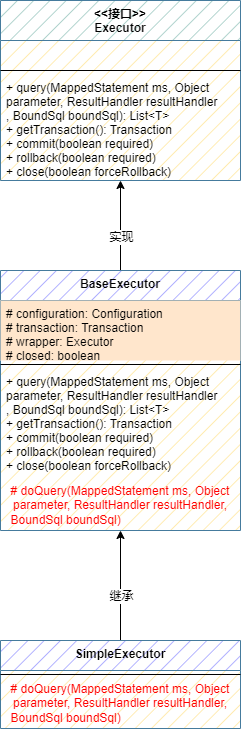
wsxzei/markdown-photos keeps this draw.io diagram as wzz-mybatis/mybatis-step-06(Sql方法执行器).drawio.png. Above is the earlier version. Source tidied: cells renumbered, new cells last; positions are measured from the earlier drawing's top-left corner, leaving out a move shared by most shapes.
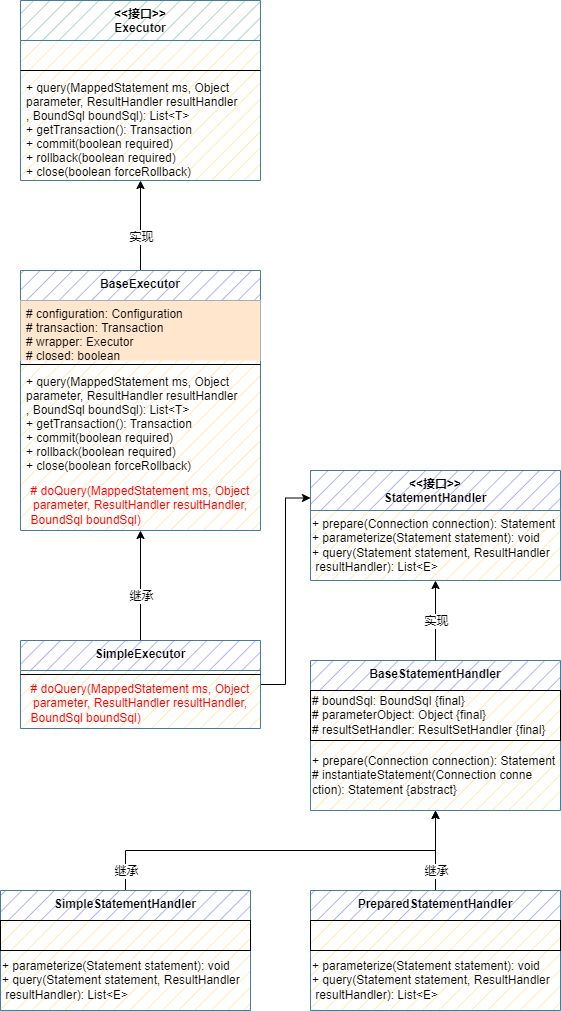
Later version of the same file.

Commit message:
更新mybatis-step-06(Sql方法执行器).drawio.png

Diff of the diagram source:
```diff
@@ -41,6 +41,9 @@
     <mxCell id="14" value="继承" style="edgeLabel;html=1;align=center;verticalAlign=middle;fontColor=#000000;" parent="13" vertex="1">
       <mxGeometry x="-0.17" relative="1" as="geometry" />
     </mxCell>
+    <mxCell id="18" style="edgeStyle=orthogonalEdgeStyle;rounded=0;jettySize=auto;html=1;fontColor=#000000;entryX=0;entryY=0.25;entryDx=0;entryDy=0;" parent="1" edge="1" source="15" target="19">
+      <mxGeometry relative="1" as="geometry" />
+    </mxCell>
     <mxCell id="15" value="SimpleExecutor" style="swimlane;fontStyle=1;align=center;verticalAlign=top;horizontal=1;startSize=30;gradientColor=none;swimlaneFillColor=#FFE599;fillStyle=hatch;fillColor=#9999FF;strokeColor=#457B9D;" parent="1" vertex="1">
       <mxGeometry y="640" width="240" height="88" as="geometry" />
     </mxCell>
@@ -50,5 +53,68 @@
     <mxCell id="17" value="&lt;div&gt;# doQuery(MappedStatement ms, Object&lt;/div&gt;&lt;div&gt;parameter, ResultHandler resultHandler,&lt;/div&gt;&lt;div style=&quot;text-align: left;&quot;&gt;BoundSql boundSql)&lt;/div&gt;" style="text;html=1;strokeColor=none;fillColor=none;align=center;verticalAlign=middle;whiteSpace=wrap;rounded=0;shadow=0;fillStyle=auto;fontColor=#FF0000;" parent="15" vertex="1">
       <mxGeometry y="38" width="240" height="50" as="geometry" />
     </mxCell>
+    <mxCell id="19" value="&lt;&lt;接口&gt;&gt;&#10;StatementHandler" style="swimlane;fontStyle=1;align=center;verticalAlign=top;horizontal=1;startSize=40;gradientColor=none;swimlaneFillColor=#FFE599;fillStyle=hatch;fillColor=#9999FF;strokeColor=#457B9D;" parent="1" vertex="1">
+      <mxGeometry x="290" y="470" width="250" height="110" as="geometry" />
+    </mxCell>
+    <mxCell id="20" value="+&amp;nbsp;prepare(Connection connection): Statement&lt;br&gt;+ parameterize(Statement statement): void&lt;br&gt;+&amp;nbsp;query(Statement statement, ResultHandler&lt;br&gt;&amp;nbsp;resultHandler): List&amp;lt;E&amp;gt;" style="text;html=1;strokeColor=none;fillColor=none;align=left;verticalAlign=middle;whiteSpace=wrap;rounded=0;shadow=0;fillStyle=auto;fontColor=#000000;" parent="19" vertex="1">
+      <mxGeometry y="40" width="250" height="70" as="geometry" />
+    </mxCell>
+    <mxCell id="21" value="BaseStatementHandler" style="swimlane;fontStyle=1;align=center;verticalAlign=top;horizontal=1;startSize=30;gradientColor=none;swimlaneFillColor=#FFE599;fillStyle=hatch;fillColor=#9999FF;strokeColor=#457B9D;" parent="1" vertex="1">
+      <mxGeometry x="290" y="660" width="250" height="150" as="geometry" />
+    </mxCell>
+    <mxCell id="22" value="# boundSql: BoundSql {final}&lt;br&gt;# parameterObject: Object {final}&lt;br&gt;# resultSetHandler: ResultSetHandler {final}" style="text;html=1;strokeColor=default;fillColor=none;align=left;verticalAlign=middle;whiteSpace=wrap;rounded=0;shadow=0;fillStyle=auto;fontColor=#000000;" parent="21" vertex="1">
+      <mxGeometry y="30" width="250" height="50" as="geometry" />
+    </mxCell>
+    <mxCell id="23" value="+&amp;nbsp;prepare(Connection connection): Statement&lt;br&gt;# instantiateStatement(Connection conne&lt;br&gt;ction): Statement {abstract}" style="text;html=1;strokeColor=none;fillColor=none;align=left;verticalAlign=middle;whiteSpace=wrap;rounded=0;shadow=0;fillStyle=auto;fontColor=#000000;" parent="21" vertex="1">
+      <mxGeometry y="80" width="250" height="70" as="geometry" />
+    </mxCell>
+    <mxCell id="24" style="edgeStyle=orthogonalEdgeStyle;rounded=0;jettySize=auto;html=1;fontColor=#000000;entryX=0.5;entryY=1;entryDx=0;entryDy=0;" parent="21" edge="1" source="21" target="23">
+      <mxGeometry relative="1" as="geometry" />
+    </mxCell>
+    <mxCell id="25" style="edgeStyle=orthogonalEdgeStyle;rounded=0;jettySize=auto;html=1;fontColor=#000000;entryX=0.5;entryY=1;entryDx=0;entryDy=0;exitX=0.5;exitY=0;exitDx=0;exitDy=0;" parent="1" edge="1" source="21" target="20">
+      <mxGeometry relative="1" as="geometry" />
+    </mxCell>
+    <mxCell id="26" value="实现" style="edgeLabel;html=1;align=center;verticalAlign=middle;fontColor=#000000;" parent="25" vertex="1">
+      <mxGeometry x="-0.26" y="-3" relative="1" as="geometry">
+        <mxPoint x="-3" y="-10" as="offset" />
+      </mxGeometry>
+    </mxCell>
+    <mxCell id="27" style="edgeStyle=orthogonalEdgeStyle;rounded=0;jettySize=auto;html=1;exitX=0.5;exitY=0;exitDx=0;exitDy=0;entryX=0.5;entryY=1;entryDx=0;entryDy=0;fontColor=#000000;" parent="1" edge="1" source="29" target="23">
+      <mxGeometry relative="1" as="geometry" />
+    </mxCell>
+    <mxCell id="28" value="继承" style="edgeLabel;html=1;align=center;verticalAlign=middle;fontColor=#000000;" parent="27" vertex="1">
+      <mxGeometry x="-0.23" y="-1" relative="1" as="geometry">
+        <mxPoint x="-1" y="11" as="offset" />
+      </mxGeometry>
+    </mxCell>
+    <mxCell id="29" value="PreparedStatementHandler" style="swimlane;fontStyle=1;align=center;verticalAlign=top;horizontal=1;startSize=30;gradientColor=none;swimlaneFillColor=#FFE599;fillStyle=hatch;fillColor=#9999FF;strokeColor=#457B9D;" parent="1" vertex="1">
+      <mxGeometry x="290" y="890" width="250" height="120" as="geometry" />
+    </mxCell>
+    <mxCell id="30" value="&amp;nbsp;" style="text;html=1;strokeColor=default;fillColor=none;align=left;verticalAlign=middle;whiteSpace=wrap;rounded=0;shadow=0;fillStyle=auto;fontColor=#000000;" parent="29" vertex="1">
+      <mxGeometry y="30" width="250" height="30" as="geometry" />
+    </mxCell>
+    <mxCell id="31" value="&lt;div&gt;+ parameterize(Statement statement): void&lt;/div&gt;&lt;div&gt;+ query(Statement statement, ResultHandler&lt;/div&gt;&lt;div&gt;&amp;nbsp;resultHandler): List&amp;lt;E&amp;gt;&lt;/div&gt;" style="text;html=1;strokeColor=none;fillColor=none;align=left;verticalAlign=middle;whiteSpace=wrap;rounded=0;shadow=0;fillStyle=auto;fontColor=#000000;" parent="29" vertex="1">
+      <mxGeometry y="60" width="250" height="60" as="geometry" />
+    </mxCell>
+    <mxCell id="32" style="edgeStyle=orthogonalEdgeStyle;rounded=0;jettySize=auto;html=1;entryX=0.5;entryY=1;entryDx=0;entryDy=0;fontColor=#000000;" parent="1" edge="1" source="33" target="23">
+      <mxGeometry relative="1" as="geometry">
+        <Array as="points">
+          <mxPoint x="105" y="850" />
+          <mxPoint x="415" y="850" />
+        </Array>
+      </mxGeometry>
+    </mxCell>
+    <mxCell id="33" value="SimpleStatementHandler" style="swimlane;fontStyle=1;align=center;verticalAlign=top;horizontal=1;startSize=30;gradientColor=none;swimlaneFillColor=#FFE599;fillStyle=hatch;fillColor=#9999FF;strokeColor=#457B9D;" parent="1" vertex="1">
+      <mxGeometry x="-20" y="890" width="250" height="120" as="geometry" />
+    </mxCell>
+    <mxCell id="34" value="&amp;nbsp;" style="text;html=1;strokeColor=default;fillColor=none;align=left;verticalAlign=middle;whiteSpace=wrap;rounded=0;shadow=0;fillStyle=auto;fontColor=#000000;" parent="33" vertex="1">
+      <mxGeometry y="30" width="250" height="30" as="geometry" />
+    </mxCell>
+    <mxCell id="35" value="&lt;div&gt;+ parameterize(Statement statement): void&lt;/div&gt;&lt;div&gt;+ query(Statement statement, ResultHandler&lt;/div&gt;&lt;div&gt;&amp;nbsp;resultHandler): List&amp;lt;E&amp;gt;&lt;/div&gt;" style="text;html=1;strokeColor=none;fillColor=none;align=left;verticalAlign=middle;whiteSpace=wrap;rounded=0;shadow=0;fillStyle=auto;fontColor=#000000;" parent="33" vertex="1">
+      <mxGeometry y="60" width="250" height="60" as="geometry" />
+    </mxCell>
+    <mxCell id="36" value="继承" style="edgeLabel;html=1;align=center;verticalAlign=middle;fontColor=#000000;" parent="1" vertex="1">
+      <mxGeometry x="105" y="870" as="geometry" />
+    </mxCell>
   </root>
 </mxGraphModel>
```
